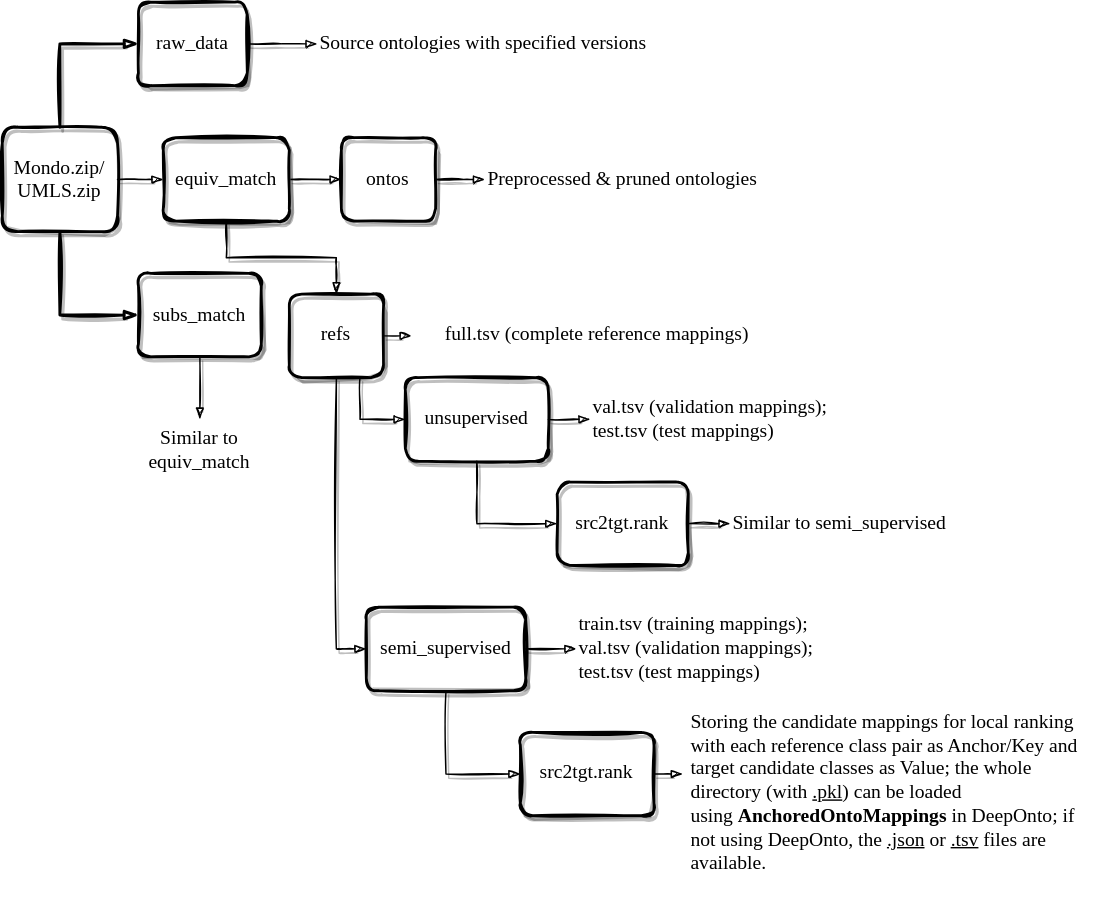
Before: docs/images/largebiomeddata.svg, a diagram exported from draw.io (KRR-Oxford/DeepOnto). Source tidied: cells renumbered, new cells last; positions are measured from the earlier drawing's top-left corner, leaving out a move shared by most shapes.
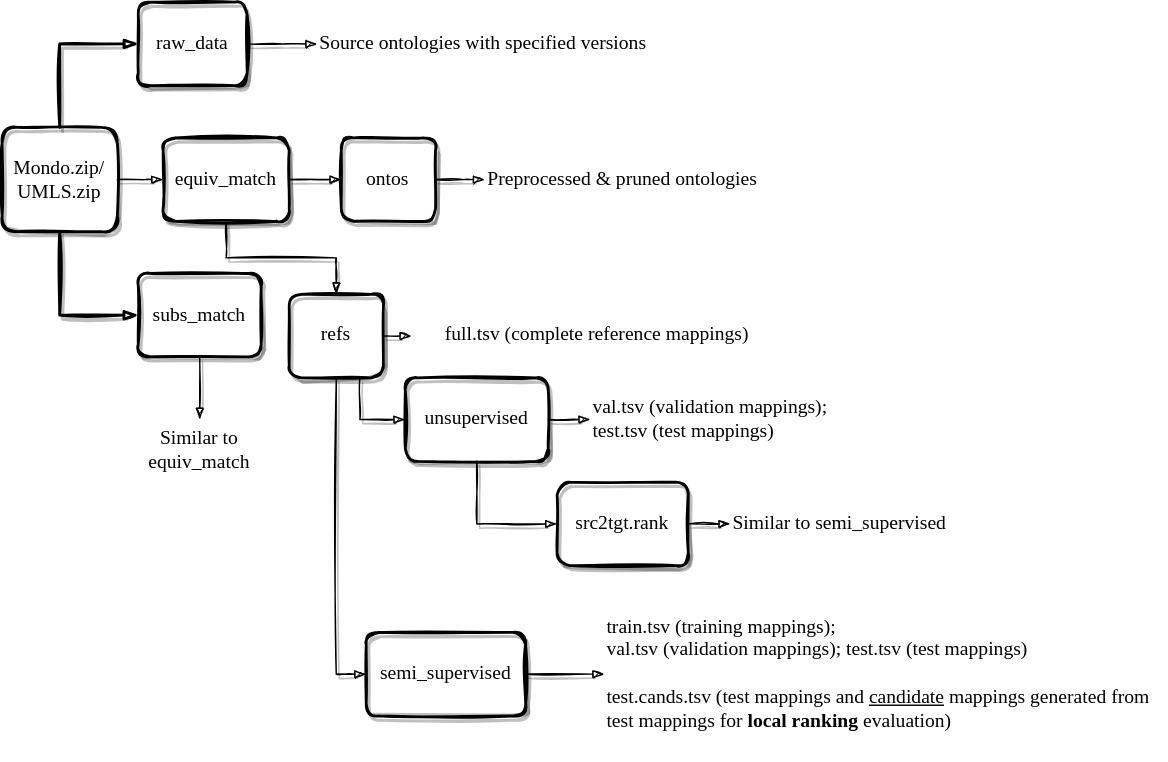
The same diagram one commit later.

What changed in the source:
```diff
@@ -66,7 +66,7 @@
       <mxGeometry relative="1" as="geometry" />
     </mxCell>
     <mxCell id="23" value="&lt;font face=&quot;Comic Sans MS&quot;&gt;&lt;span style=&quot;font-size: 14px&quot;&gt;semi_supervised&lt;/span&gt;&lt;/font&gt;" style="rounded=1;whiteSpace=wrap;html=1;sketch=1;glass=0;strokeWidth=2;shadow=1;" parent="1" vertex="1">
-      <mxGeometry x="260" y="432.2" width="113.9" height="59.6" as="geometry" />
+      <mxGeometry x="260" y="450" width="113.9" height="59.6" as="geometry" />
     </mxCell>
     <mxCell id="24" style="edgeStyle=orthogonalEdgeStyle;rounded=0;sketch=1;jettySize=auto;html=1;exitX=0.5;exitY=1;exitDx=0;exitDy=0;entryX=0;entryY=0.5;entryDx=0;entryDy=0;shadow=1;fontFamily=Comic Sans MS;fontSize=14;fontColor=default;endArrow=blockThin;endFill=1;strokeWidth=1;" parent="1" edge="1" source="14" target="23">
       <mxGeometry relative="1" as="geometry" />
@@ -77,8 +77,8 @@
     <mxCell id="26" style="edgeStyle=orthogonalEdgeStyle;rounded=0;sketch=1;jettySize=auto;html=1;exitX=1;exitY=0.5;exitDx=0;exitDy=0;entryX=0;entryY=0.5;entryDx=0;entryDy=0;shadow=1;fontFamily=Comic Sans MS;fontSize=14;fontColor=default;endArrow=blockThin;endFill=1;strokeWidth=1;" parent="1" edge="1" source="21" target="25">
       <mxGeometry relative="1" as="geometry" />
     </mxCell>
-    <mxCell id="27" value="train.tsv (training mappings);&lt;br&gt;val.tsv (validation mappings); test.tsv (test mappings)" style="text;html=1;strokeColor=none;fillColor=none;align=left;verticalAlign=middle;whiteSpace=wrap;rounded=0;shadow=1;glass=0;sketch=1;fontFamily=Comic Sans MS;fontSize=14;fontColor=default;" parent="1" vertex="1">
-      <mxGeometry x="410" y="432.2" width="203.7" height="59.6" as="geometry" />
+    <mxCell id="27" value="train.tsv (training mappings);&lt;br&gt;val.tsv (validation mappings); test.tsv (test mappings)&lt;br&gt;&lt;br&gt;test.cands.tsv (test mappings and &lt;u&gt;candidate&lt;/u&gt; mappings generated from test mappings for&amp;nbsp;&lt;b&gt;local ranking&lt;/b&gt; evaluation)" style="text;html=1;strokeColor=none;fillColor=none;align=left;verticalAlign=middle;whiteSpace=wrap;rounded=0;shadow=1;glass=0;sketch=1;fontFamily=Comic Sans MS;fontSize=14;fontColor=default;" parent="1" vertex="1">
+      <mxGeometry x="430" y="420.9" width="400" height="117.8" as="geometry" />
     </mxCell>
     <mxCell id="28" style="edgeStyle=orthogonalEdgeStyle;rounded=0;sketch=1;jettySize=auto;html=1;exitX=1;exitY=0.5;exitDx=0;exitDy=0;entryX=0;entryY=0.5;entryDx=0;entryDy=0;shadow=1;fontFamily=Comic Sans MS;fontSize=14;fontColor=default;endArrow=blockThin;endFill=1;strokeWidth=1;" parent="1" edge="1" source="23" target="27">
       <mxGeometry relative="1" as="geometry" />
@@ -89,25 +89,11 @@
     <mxCell id="30" style="edgeStyle=orthogonalEdgeStyle;rounded=0;sketch=1;jettySize=auto;html=1;exitX=0.5;exitY=1;exitDx=0;exitDy=0;entryX=0;entryY=0.5;entryDx=0;entryDy=0;shadow=1;fontFamily=Comic Sans MS;fontSize=14;fontColor=default;endArrow=blockThin;endFill=1;strokeWidth=1;" parent="1" edge="1" source="21" target="29">
       <mxGeometry relative="1" as="geometry" />
     </mxCell>
-    <mxCell id="31" value="&lt;font face=&quot;Comic Sans MS&quot;&gt;&lt;span style=&quot;font-size: 14px&quot;&gt;src2tgt.rank&lt;/span&gt;&lt;/font&gt;" style="rounded=1;whiteSpace=wrap;html=1;sketch=1;glass=0;strokeWidth=2;shadow=1;" parent="1" vertex="1">
-      <mxGeometry x="370" y="521.6" width="95.5" height="59.6" as="geometry" />
-    </mxCell>
-    <mxCell id="32" style="edgeStyle=orthogonalEdgeStyle;rounded=0;sketch=1;jettySize=auto;html=1;exitX=0.5;exitY=1;exitDx=0;exitDy=0;entryX=0;entryY=0.5;entryDx=0;entryDy=0;shadow=1;fontFamily=Comic Sans MS;fontSize=14;fontColor=default;endArrow=blockThin;endFill=1;strokeWidth=1;" parent="1" edge="1" source="23" target="31">
-      <mxGeometry relative="1" as="geometry" />
-    </mxCell>
     <mxCell id="33" value="Similar to semi_supervised" style="text;html=1;strokeColor=none;fillColor=none;align=left;verticalAlign=middle;whiteSpace=wrap;rounded=0;shadow=1;glass=0;sketch=1;fontFamily=Comic Sans MS;fontSize=14;fontColor=default;" parent="1" vertex="1">
       <mxGeometry x="520" y="350.2" width="190" height="44.7" as="geometry" />
     </mxCell>
     <mxCell id="34" style="edgeStyle=orthogonalEdgeStyle;rounded=0;sketch=1;jettySize=auto;html=1;exitX=1;exitY=0.5;exitDx=0;exitDy=0;entryX=0;entryY=0.5;entryDx=0;entryDy=0;shadow=1;fontFamily=Comic Sans MS;fontSize=14;fontColor=default;endArrow=blockThin;endFill=1;strokeWidth=1;" parent="1" edge="1" source="29" target="33">
       <mxGeometry relative="1" as="geometry" />
     </mxCell>
-    <mxCell id="35" style="edgeStyle=orthogonalEdgeStyle;rounded=0;sketch=1;jettySize=auto;html=1;exitX=1;exitY=0.5;exitDx=0;exitDy=0;entryX=0;entryY=0.5;entryDx=0;entryDy=0;shadow=1;fontFamily=Comic Sans MS;fontSize=14;fontColor=default;endArrow=blockThin;endFill=1;strokeWidth=1;" parent="1" edge="1" source="31">
-      <mxGeometry relative="1" as="geometry">
-        <mxPoint x="486" y="551.4" as="targetPoint" />
-      </mxGeometry>
-    </mxCell>
-    <mxCell id="36" value="Storing the candidate mappings for local ranking with each reference class pair as Anchor/Key and target candidate classes as Value; the whole directory (with &lt;u&gt;.pkl&lt;/u&gt;) can be loaded using&amp;nbsp;&lt;b&gt;AnchoredOntoMappings&lt;/b&gt;&amp;nbsp;in DeepOnto; if not using DeepOnto, the &lt;u&gt;.json&lt;/u&gt; or &lt;u&gt;.tsv&lt;/u&gt; files are available." style="text;html=1;strokeColor=none;fillColor=none;align=left;verticalAlign=middle;whiteSpace=wrap;rounded=0;shadow=1;glass=0;sketch=1;fontFamily=Comic Sans MS;fontSize=14;fontColor=default;" parent="1" vertex="1">
-      <mxGeometry x="490" y="490" width="290" height="150" as="geometry" />
-    </mxCell>
   </root>
 </mxGraphModel>
```
